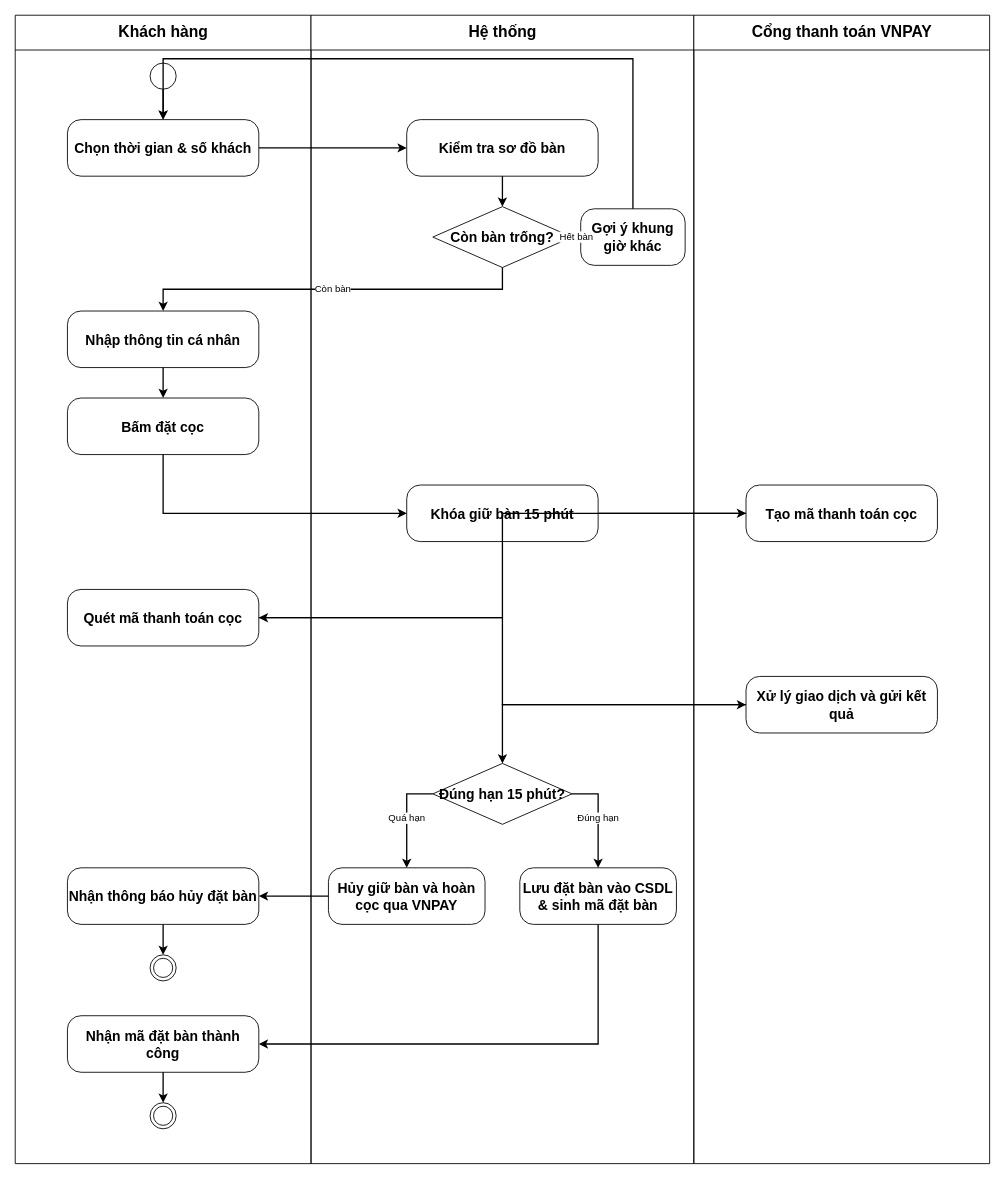
AndrewQng/VinDining keeps this draw.io diagram as docs/phase1/drawio/ad01_reservation_deposit.drawio. Above is the earlier version. Source tidied: cells renumbered, new cells numbered last; positions are measured from the earlier drawing's top-left corner, leaving out a move shared by most shapes. Both pictures are drawn from the tidied source at 87%, with x=0, y=0 at pixel (15, 15).
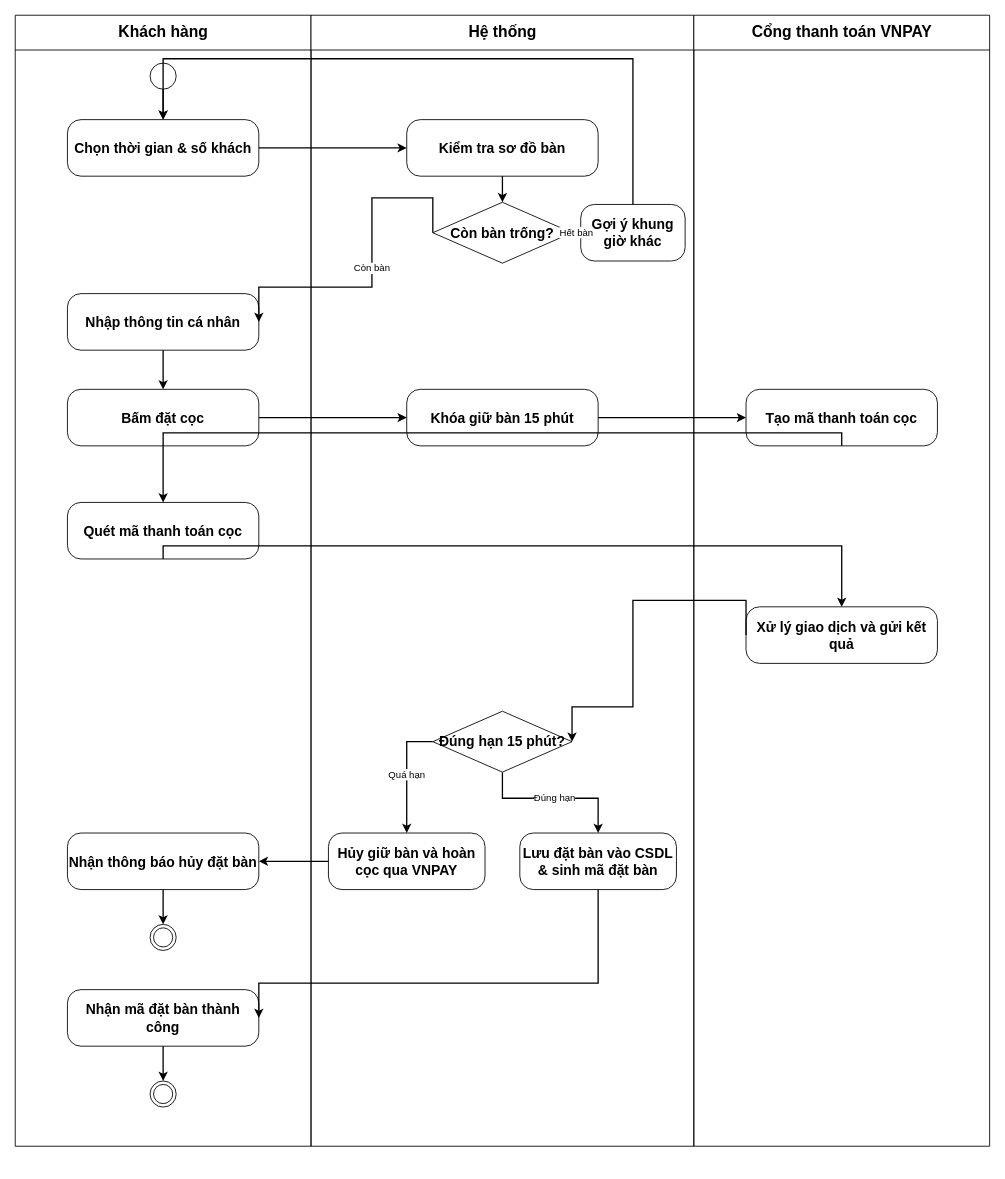
The same diagram, later.

Commit message:
fix(ad01): tach doc lap cac tuyen duong, triet tieu hoan toan duong thang doc gay hieu lam

Change to the diagram source:
```diff
@@
     <mxCell id="2" value="Khách hàng" style="swimlane;html=1;startSize=40;horizontal=1;fontStyle=1;fontSize=18;align=center;verticalAlign=middle;swimlaneLine=1;" parent="1" vertex="1">
-      <mxGeometry width="340" height="1320" as="geometry" />
+      <mxGeometry width="340" height="1300" as="geometry" />
     </mxCell>
@@
     <mxCell id="5" value="Nhập thông tin cá nhân" style="rounded=1;arcSize=24;whiteSpace=wrap;html=1;fontStyle=1;fontSize=16;align=center;verticalAlign=middle;" parent="2" vertex="1">
-      <mxGeometry x="60" y="340" width="220" height="65" as="geometry" />
+      <mxGeometry x="60" y="320" width="220" height="65" as="geometry" />
     </mxCell>
     <mxCell id="6" value="Bấm đặt cọc" style="rounded=1;arcSize=24;whiteSpace=wrap;html=1;fontStyle=1;fontSize=16;align=center;verticalAlign=middle;" parent="2" vertex="1">
-      <mxGeometry x="60" y="440" width="220" height="65" as="geometry" />
+      <mxGeometry x="60" y="430" width="220" height="65" as="geometry" />
     </mxCell>
     <mxCell id="7" value="Quét mã thanh toán cọc" style="rounded=1;arcSize=24;whiteSpace=wrap;html=1;fontStyle=1;fontSize=16;align=center;verticalAlign=middle;" parent="2" vertex="1">
-      <mxGeometry x="60" y="660" width="220" height="65" as="geometry" />
+      <mxGeometry x="60" y="560" width="220" height="65" as="geometry" />
     </mxCell>
     <mxCell id="8" value="Nhận thông báo hủy đặt bàn" style="rounded=1;arcSize=24;whiteSpace=wrap;html=1;fontStyle=1;fontSize=16;align=center;verticalAlign=middle;" parent="2" vertex="1">
-      <mxGeometry x="60" y="980" width="220" height="65" as="geometry" />
+      <mxGeometry x="60" y="940" width="220" height="65" as="geometry" />
     </mxCell>
     <mxCell id="9" style="ellipse;html=1;shape=endState;fontSize=18;" parent="2" vertex="1">
-      <mxGeometry x="155" y="1080" width="30" height="30" as="geometry" />
+      <mxGeometry x="155" y="1045" width="30" height="30" as="geometry" />
     </mxCell>
     <mxCell id="10" value="Nhận mã đặt bàn thành công" style="rounded=1;arcSize=24;whiteSpace=wrap;html=1;fontStyle=1;fontSize=16;align=center;verticalAlign=middle;" parent="2" vertex="1">
-      <mxGeometry x="60" y="1150" width="220" height="65" as="geometry" />
+      <mxGeometry x="60" y="1120" width="220" height="65" as="geometry" />
     </mxCell>
     <mxCell id="11" style="ellipse;html=1;shape=endState;fontSize=18;" parent="2" vertex="1">
-      <mxGeometry x="155" y="1250" width="30" height="30" as="geometry" />
+      <mxGeometry x="155" y="1225" width="30" height="30" as="geometry" />
     </mxCell>
@@
     <mxCell id="16" value="Hệ thống" style="swimlane;html=1;startSize=40;horizontal=1;fontStyle=1;fontSize=18;align=center;verticalAlign=middle;swimlaneLine=1;" parent="1" vertex="1">
-      <mxGeometry x="340" width="440" height="1320" as="geometry" />
+      <mxGeometry x="340" width="440" height="1300" as="geometry" />
     </mxCell>
@@
     <mxCell id="18" value="Còn bàn trống?" style="rhombus;whiteSpace=wrap;html=1;fontStyle=1;fontSize=16;align=center;verticalAlign=middle;" parent="16" vertex="1">
-      <mxGeometry x="140" y="220" width="160" height="70" as="geometry" />
+      <mxGeometry x="140" y="215" width="160" height="70" as="geometry" />
     </mxCell>
     <mxCell id="19" value="Gợi ý khung giờ khác" style="rounded=1;arcSize=24;whiteSpace=wrap;html=1;fontStyle=1;fontSize=16;align=center;verticalAlign=middle;" parent="16" vertex="1">
-      <mxGeometry x="310" y="222.5" width="120" height="65" as="geometry" />
+      <mxGeometry x="310" y="217.5" width="120" height="65" as="geometry" />
     </mxCell>
     <mxCell id="20" value="Khóa giữ bàn 15 phút" style="rounded=1;arcSize=24;whiteSpace=wrap;html=1;fontStyle=1;fontSize=16;align=center;verticalAlign=middle;" parent="16" vertex="1">
-      <mxGeometry x="110" y="540" width="220" height="65" as="geometry" />
+      <mxGeometry x="110" y="430" width="220" height="65" as="geometry" />
     </mxCell>
     <mxCell id="21" value="Đúng hạn 15 phút?" style="rhombus;whiteSpace=wrap;html=1;fontStyle=1;fontSize=16;align=center;verticalAlign=middle;" parent="16" vertex="1">
-      <mxGeometry x="140" y="860" width="160" height="70" as="geometry" />
+      <mxGeometry x="140" y="800" width="160" height="70" as="geometry" />
     </mxCell>
     <mxCell id="22" value="Hủy giữ bàn và hoàn cọc qua VNPAY" style="rounded=1;arcSize=24;whiteSpace=wrap;html=1;fontStyle=1;fontSize=16;align=center;verticalAlign=middle;" parent="16" vertex="1">
-      <mxGeometry x="20" y="980" width="180" height="65" as="geometry" />
+      <mxGeometry x="20" y="940" width="180" height="65" as="geometry" />
     </mxCell>
     <mxCell id="23" value="Lưu đặt bàn vào CSDL &amp;amp; sinh mã đặt bàn" style="rounded=1;arcSize=24;whiteSpace=wrap;html=1;fontStyle=1;fontSize=16;align=center;verticalAlign=middle;" parent="16" vertex="1">
-      <mxGeometry x="240" y="980" width="180" height="65" as="geometry" />
+      <mxGeometry x="240" y="940" width="180" height="65" as="geometry" />
     </mxCell>
@@
     <mxCell id="26" value="Quá hạn" style="edgeStyle=orthogonalEdgeStyle;rounded=0;strokeWidth=1.5;html=1;exitX=0;exitY=0.5;entryX=0.5;entryY=0;" parent="16" edge="1" source="21" target="22">
-      <mxGeometry relative="1" as="geometry" />
+      <mxGeometry relative="1" as="geometry">
+        <Array as="points">
+          <mxPoint x="110" y="835" />
+        </Array>
+      </mxGeometry>
     </mxCell>
-    <mxCell id="27" value="Đúng hạn" style="edgeStyle=orthogonalEdgeStyle;rounded=0;strokeWidth=1.5;html=1;exitX=1;exitY=0.5;entryX=0.5;entryY=0;" parent="16" edge="1" source="21" target="23">
-      <mxGeometry relative="1" as="geometry" />
+    <mxCell id="27" value="Đúng hạn" style="edgeStyle=orthogonalEdgeStyle;rounded=0;strokeWidth=1.5;html=1;exitX=0.5;exitY=1;entryX=0.5;entryY=0;" parent="16" edge="1" source="21" target="23">
+      <mxGeometry relative="1" as="geometry">
+        <Array as="points">
+          <mxPoint x="220" y="900" />
+          <mxPoint x="330" y="900" />
+        </Array>
+      </mxGeometry>
     </mxCell>
     <mxCell id="28" value="Cổng thanh toán VNPAY" style="swimlane;html=1;startSize=40;horizontal=1;fontStyle=1;fontSize=18;align=center;verticalAlign=middle;swimlaneLine=1;" parent="1" vertex="1">
-      <mxGeometry x="780" width="340" height="1320" as="geometry" />
+      <mxGeometry x="780" width="340" height="1300" as="geometry" />
     </mxCell>
     <mxCell id="29" value="Tạo mã thanh toán cọc" style="rounded=1;arcSize=24;whiteSpace=wrap;html=1;fontStyle=1;fontSize=16;align=center;verticalAlign=middle;" parent="28" vertex="1">
-      <mxGeometry x="60" y="540" width="220" height="65" as="geometry" />
+      <mxGeometry x="60" y="430" width="220" height="65" as="geometry" />
     </mxCell>
     <mxCell id="30" value="Xử lý giao dịch và gửi kết quả" style="rounded=1;arcSize=24;whiteSpace=wrap;html=1;fontStyle=1;fontSize=16;align=center;verticalAlign=middle;" parent="28" vertex="1">
-      <mxGeometry x="60" y="760" width="220" height="65" as="geometry" />
+      <mxGeometry x="60" y="680" width="220" height="65" as="geometry" />
     </mxCell>
@@
-    <mxCell id="33" value="Còn bàn" style="edgeStyle=orthogonalEdgeStyle;rounded=0;strokeWidth=1.5;html=1;exitX=0.5;exitY=1;entryX=0.5;entryY=0;" parent="1" edge="1" source="18" target="5">
-      <mxGeometry relative="1" as="geometry" />
+    <mxCell id="33" value="Còn bàn" style="edgeStyle=orthogonalEdgeStyle;rounded=0;strokeWidth=1.5;html=1;exitX=0;exitY=0.5;entryX=1;entryY=0.5;" parent="1" edge="1" source="18" target="5">
+      <mxGeometry relative="1" as="geometry">
+        <Array as="points">
+          <mxPoint x="410" y="210" />
+          <mxPoint x="410" y="312.5" />
+        </Array>
+      </mxGeometry>
     </mxCell>
-    <mxCell id="34" style="edgeStyle=orthogonalEdgeStyle;rounded=0;strokeWidth=1.5;html=1;exitX=0.5;exitY=1;entryX=0;entryY=0.5;" parent="1" edge="1" source="6" target="20">
+    <mxCell id="34" style="edgeStyle=orthogonalEdgeStyle;rounded=0;strokeWidth=1.5;html=1;exitX=1;exitY=0.5;entryX=0;entryY=0.5;" parent="1" edge="1" source="6" target="20">
       <mxGeometry relative="1" as="geometry" />
     </mxCell>
@@
-    <mxCell id="36" style="edgeStyle=orthogonalEdgeStyle;rounded=0;strokeWidth=1.5;html=1;exitX=0;exitY=0.5;entryX=1;entryY=0.5;" parent="1" edge="1" source="29" target="7">
-      <mxGeometry relative="1" as="geometry" />
+    <mxCell id="36" style="edgeStyle=orthogonalEdgeStyle;rounded=0;strokeWidth=1.5;html=1;exitX=0.5;exitY=1;entryX=0.5;entryY=0;" parent="1" edge="1" source="29" target="7">
+      <mxGeometry relative="1" as="geometry">
+        <Array as="points">
+          <mxPoint x="950" y="480" />
+          <mxPoint x="170" y="480" />
+        </Array>
+      </mxGeometry>
     </mxCell>
-    <mxCell id="37" style="edgeStyle=orthogonalEdgeStyle;rounded=0;strokeWidth=1.5;html=1;exitX=1;exitY=0.5;entryX=0;entryY=0.5;" parent="1" edge="1" source="7" target="30">
-      <mxGeometry relative="1" as="geometry" />
+    <mxCell id="37" style="edgeStyle=orthogonalEdgeStyle;rounded=0;strokeWidth=1.5;html=1;exitX=0.5;exitY=1;entryX=0.5;entryY=0;" parent="1" edge="1" source="7" target="30">
+      <mxGeometry relative="1" as="geometry">
+        <Array as="points">
+          <mxPoint x="170" y="610" />
+          <mxPoint x="950" y="610" />
+        </Array>
+      </mxGeometry>
     </mxCell>
-    <mxCell id="38" style="edgeStyle=orthogonalEdgeStyle;rounded=0;strokeWidth=1.5;html=1;exitX=0;exitY=0.5;entryX=0.5;entryY=0;" parent="1" edge="1" source="30" target="21">
-      <mxGeometry relative="1" as="geometry" />
+    <mxCell id="38" style="edgeStyle=orthogonalEdgeStyle;rounded=0;strokeWidth=1.5;html=1;exitX=0;exitY=0.5;entryX=1;entryY=0.5;" parent="1" edge="1" source="30" target="21">
+      <mxGeometry relative="1" as="geometry">
+        <Array as="points">
+          <mxPoint x="710" y="672.5" />
+          <mxPoint x="710" y="795" />
+        </Array>
+      </mxGeometry>
     </mxCell>
@@
     <mxCell id="40" style="edgeStyle=orthogonalEdgeStyle;rounded=0;strokeWidth=1.5;html=1;exitX=0.5;exitY=1;entryX=1;entryY=0.5;" parent="1" edge="1" source="23" target="10">
-      <mxGeometry relative="1" as="geometry" />
+      <mxGeometry relative="1" as="geometry">
+        <Array as="points">
+          <mxPoint x="670" y="1112.5" />
+        </Array>
+      </mxGeometry>
     </mxCell>
```
